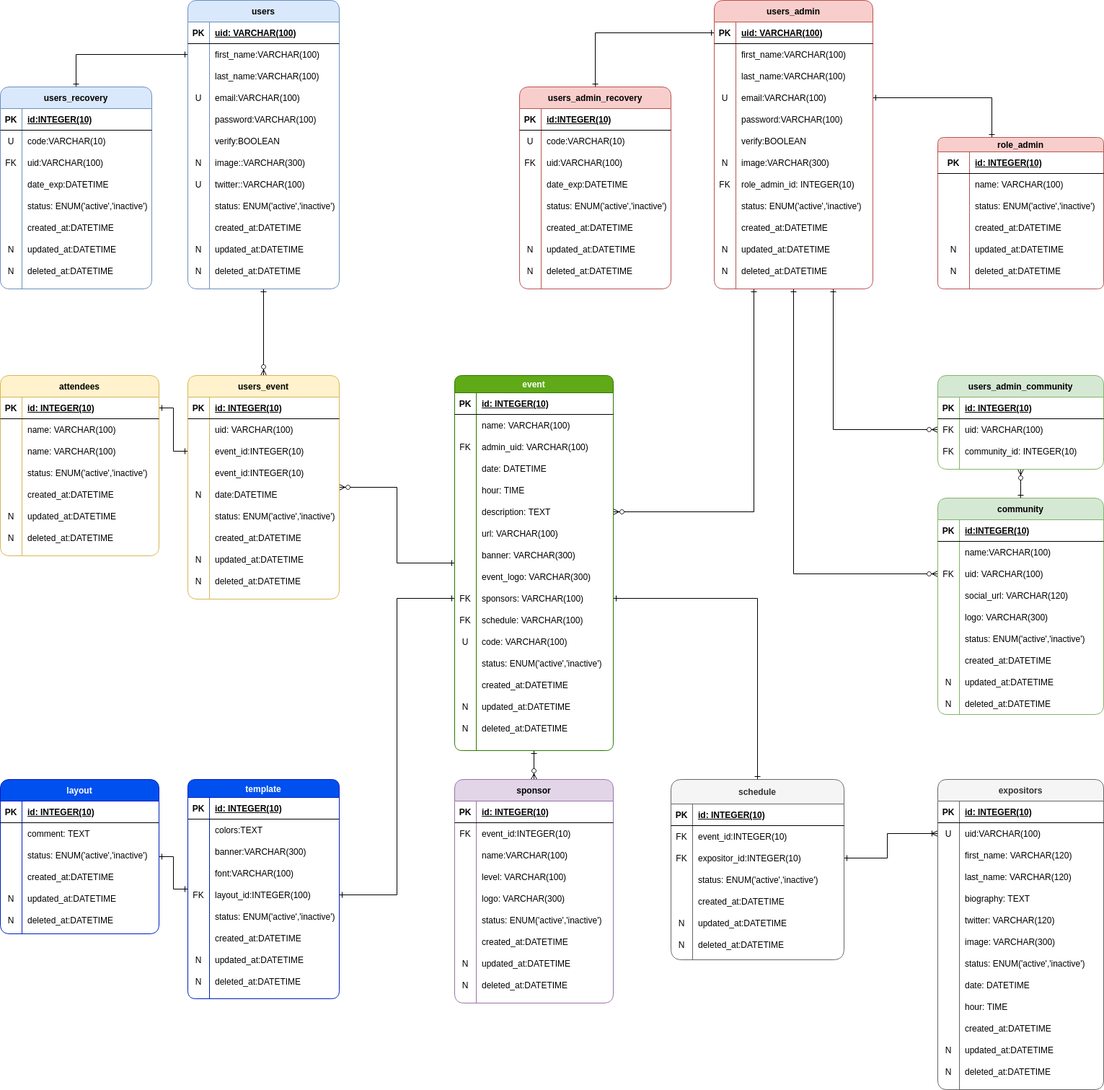
This is mer.png from Z-Devs-platzi/event_up-mer, a draw.io export, as it was before one commit. Source tidied: cells renumbered, new cells last; positions are measured from the earlier drawing's top-left corner, leaving out a move shared by most shapes.
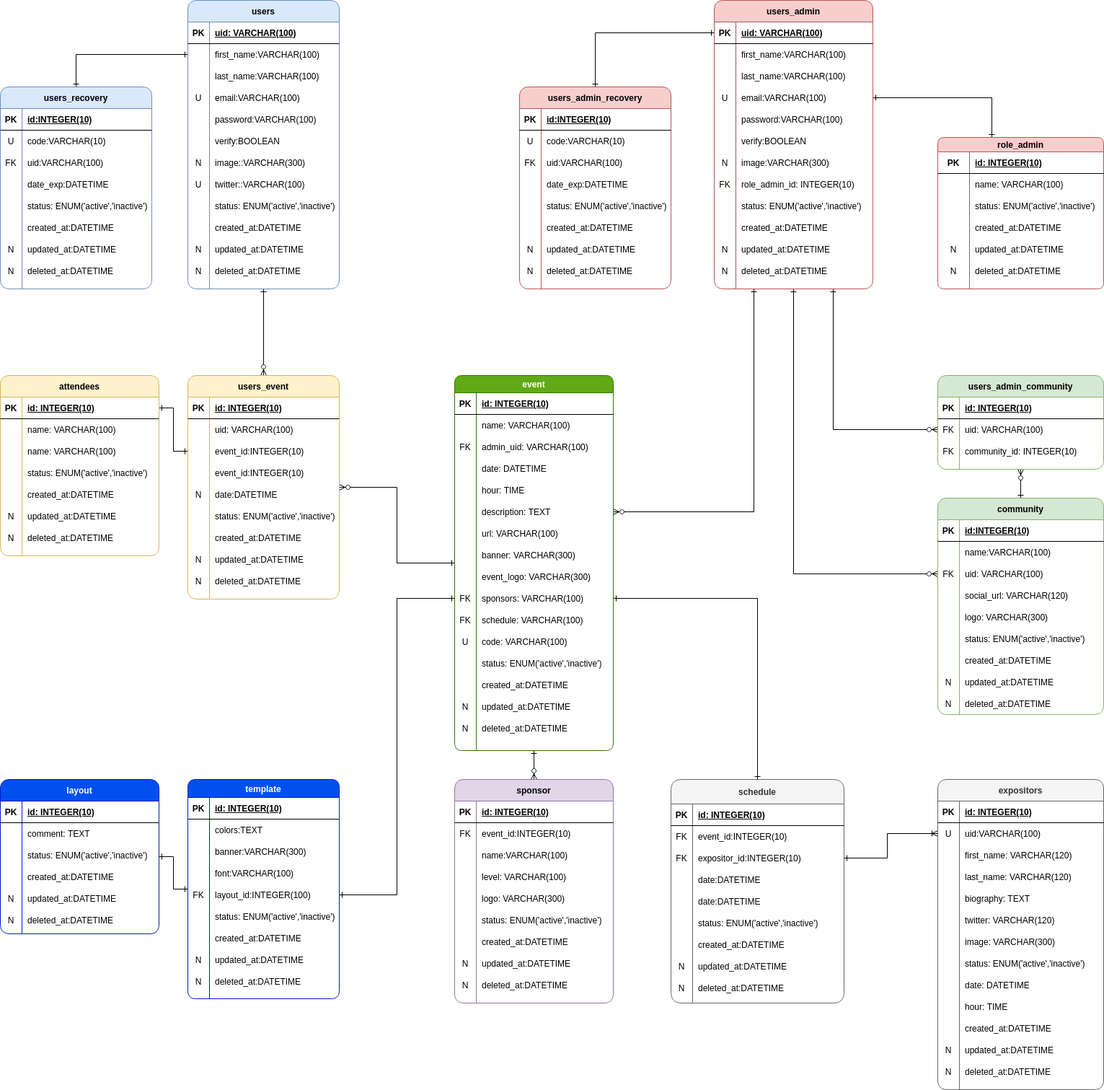
After the commit.

The edit, as a diff of the source:
```diff
@@ -927,7 +927,7 @@
       <mxGeometry x="30" width="200" height="30" as="geometry" />
     </mxCell>
     <mxCell id="297" value="schedule" style="shape=table;startSize=34;rowLines=0;fontStyle=1;align=center;rounded=1;sketch=0;fillColor=#f5f5f5;strokeColor=#666666;fontColor=#333333;" parent="1" vertex="1">
-      <mxGeometry x="930" y="1080" width="240" height="250" as="geometry" />
+      <mxGeometry x="930" y="1080" width="240" height="310" as="geometry" />
     </mxCell>
     <mxCell id="298" style="shape=partialRectangle;fillColor=none;top=0;left=0;bottom=1;right=0;" parent="297" vertex="1">
       <mxGeometry y="34" width="240" height="30" as="geometry" />
@@ -956,8 +956,26 @@
     <mxCell id="306" value="expositor_id:INTEGER(10)" style="shape=partialRectangle;fillColor=none;top=0;left=0;bottom=0;right=0;align=left;spacingLeft=6;overflow=hidden;" parent="304" vertex="1">
       <mxGeometry x="30" width="210" height="30" as="geometry" />
     </mxCell>
+    <mxCell id="434" style="shape=partialRectangle;fillColor=none;top=0;left=0;bottom=0;right=0;" parent="297" vertex="1">
+      <mxGeometry y="124" width="240" height="30" as="geometry" />
+    </mxCell>
+    <mxCell id="435" value="&#10;" style="shape=partialRectangle;fillColor=none;top=0;left=0;bottom=0;right=0;overflow=hidden;" parent="434" vertex="1">
+      <mxGeometry width="30" height="30" as="geometry" />
+    </mxCell>
+    <mxCell id="436" value="date:DATETIME" style="shape=partialRectangle;fillColor=none;top=0;left=0;bottom=0;right=0;align=left;spacingLeft=6;overflow=hidden;" parent="434" vertex="1">
+      <mxGeometry x="30" width="210" height="30" as="geometry" />
+    </mxCell>
+    <mxCell id="437" style="shape=partialRectangle;fillColor=none;top=0;left=0;bottom=0;right=0;" parent="297" vertex="1">
+      <mxGeometry y="154" width="240" height="30" as="geometry" />
+    </mxCell>
+    <mxCell id="438" value="&#10;" style="shape=partialRectangle;fillColor=none;top=0;left=0;bottom=0;right=0;overflow=hidden;" parent="437" vertex="1">
+      <mxGeometry width="30" height="30" as="geometry" />
+    </mxCell>
+    <mxCell id="439" value="date:DATETIME" style="shape=partialRectangle;fillColor=none;top=0;left=0;bottom=0;right=0;align=left;spacingLeft=6;overflow=hidden;" parent="437" vertex="1">
+      <mxGeometry x="30" width="210" height="30" as="geometry" />
+    </mxCell>
     <mxCell id="307" style="shape=partialRectangle;fillColor=none;top=0;left=0;bottom=0;right=0;" parent="297" vertex="1">
-      <mxGeometry y="124" width="240" height="30" as="geometry" />
+      <mxGeometry y="184" width="240" height="30" as="geometry" />
     </mxCell>
     <mxCell id="308" style="shape=partialRectangle;fillColor=none;top=0;left=0;bottom=0;right=0;overflow=hidden;" parent="307" vertex="1">
       <mxGeometry width="30" height="30" as="geometry" />
@@ -966,7 +984,7 @@
       <mxGeometry x="30" width="210" height="30" as="geometry" />
     </mxCell>
     <mxCell id="310" style="shape=partialRectangle;fillColor=none;top=0;left=0;bottom=0;right=0;" parent="297" vertex="1">
-      <mxGeometry y="154" width="240" height="30" as="geometry" />
+      <mxGeometry y="214" width="240" height="30" as="geometry" />
     </mxCell>
     <mxCell id="311" style="shape=partialRectangle;fillColor=none;top=0;left=0;bottom=0;right=0;overflow=hidden;" parent="310" vertex="1">
       <mxGeometry width="30" height="30" as="geometry" />
@@ -975,7 +993,7 @@
       <mxGeometry x="30" width="210" height="30" as="geometry" />
     </mxCell>
     <mxCell id="313" style="shape=partialRectangle;fillColor=none;top=0;left=0;bottom=0;right=0;" parent="297" vertex="1">
-      <mxGeometry y="184" width="240" height="30" as="geometry" />
+      <mxGeometry y="244" width="240" height="30" as="geometry" />
     </mxCell>
     <mxCell id="314" value="N" style="shape=partialRectangle;fillColor=none;top=0;left=0;bottom=0;right=0;overflow=hidden;" parent="313" vertex="1">
       <mxGeometry width="30" height="30" as="geometry" />
@@ -984,7 +1002,7 @@
       <mxGeometry x="30" width="210" height="30" as="geometry" />
     </mxCell>
     <mxCell id="316" style="shape=partialRectangle;fillColor=none;top=0;left=0;bottom=0;right=0;" parent="297" vertex="1">
-      <mxGeometry y="214" width="240" height="30" as="geometry" />
+      <mxGeometry y="274" width="240" height="30" as="geometry" />
     </mxCell>
     <mxCell id="317" value="N" style="shape=partialRectangle;fillColor=none;top=0;left=0;bottom=0;right=0;overflow=hidden;" parent="316" vertex="1">
       <mxGeometry width="30" height="30" as="geometry" />
```
